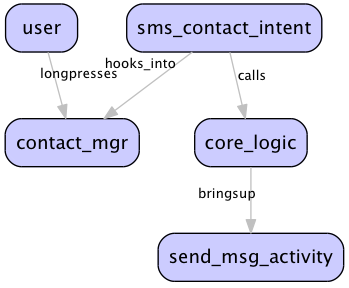
This is send_contact.png from vinodkd/SendContact, a Graphviz export, as it was before one commit. Its source is kept beside it as send_contact.dot. Source of this version:
```dot
digraph G{
        node[shape=box style="rounded,filled" fontname=Sans fillcolor="#ccccff"]  //i'm terrible partial to to perrywinkle blue ;)

    user -> contact_mgr [label="longpresses",color=gray, fontname=Sans fontsize="10"]

    sms_contact_intent -> contact_mgr [label="hooks_into",color=gray, fontname=Sans fontsize="10"]

    sms_contact_intent -> core_logic [label="calls",color=gray, fontname=Sans fontsize="10"]

    core_logic -> send_msg_activity [label="bringsup",color=gray, fontname=Sans fontsize="10"]

}
```
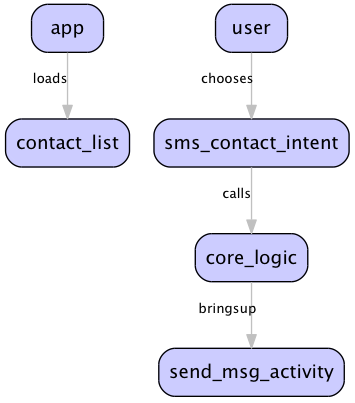
The same diagram one commit later.

The edit, as a diff of the source:
```diff
@@ -1,9 +1,9 @@
 digraph G{
         node[shape=box style="rounded,filled" fontname=Sans fillcolor="#ccccff"]  //i'm terrible partial to to perrywinkle blue ;)
 
-    user -> contact_mgr [label="longpresses",color=gray, fontname=Sans fontsize="10"]
+    app -> contact_list [label="loads",color=gray, fontname=Sans fontsize="10"]
 
-    sms_contact_intent -> contact_mgr [label="hooks_into",color=gray, fontname=Sans fontsize="10"]
+    user -> sms_contact_intent [label="chooses",color=gray, fontname=Sans fontsize="10"]
 
     sms_contact_intent -> core_logic [label="calls",color=gray, fontname=Sans fontsize="10"]
 
```
